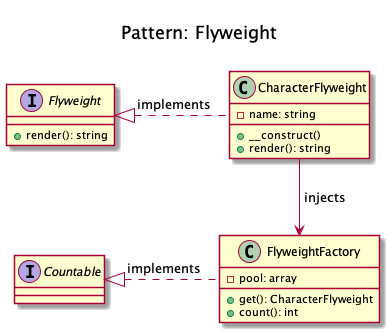
Before: patterns/structural/flyweight/domnikl/diagram.png, a diagram exported from PlantUML (rosselli/design-patterns-implemented.concepts).
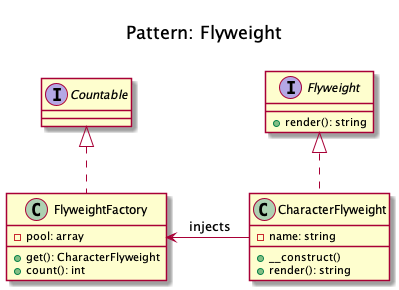
The same diagram one commit later.

What changed in the source:
```diff
@@ -5,21 +5,17 @@
         + render(): string
     }
 
-    interface Countable
-
-    class CharacterFlyweight {
+    class CharacterFlyweight implements Flyweight {
         - name: string
         + __construct()
         + render(): string
     }
 
-    class FlyweightFactory {
+    class FlyweightFactory implements Countable {
         - pool: array
         + get(): CharacterFlyweight
         + count(): int
     }
 
-    CharacterFlyweight --> FlyweightFactory: " injects"
-    CharacterFlyweight .left.|> Flyweight: " implements"
-    FlyweightFactory .left.|> Countable: " implements"
+    CharacterFlyweight -left-> FlyweightFactory: " injects"
 @enduml
```
